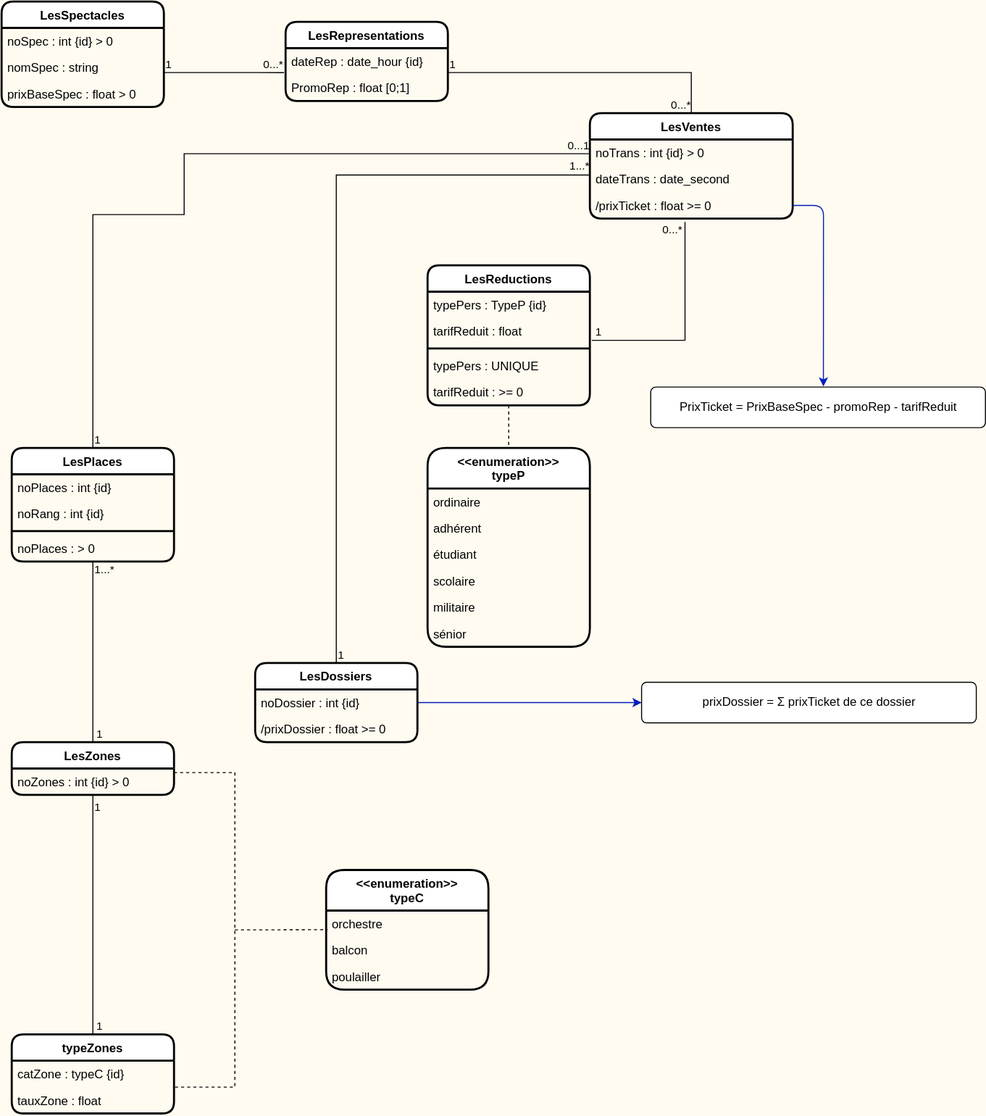
Above: Theatre_UML.drawio.svg in BennyBellier/Theatre-CEDB-Project (draw.io), before the change. Source tidied: cells renumbered, new cells last; positions are measured from the earlier drawing's top-left corner, leaving out a move shared by most shapes.
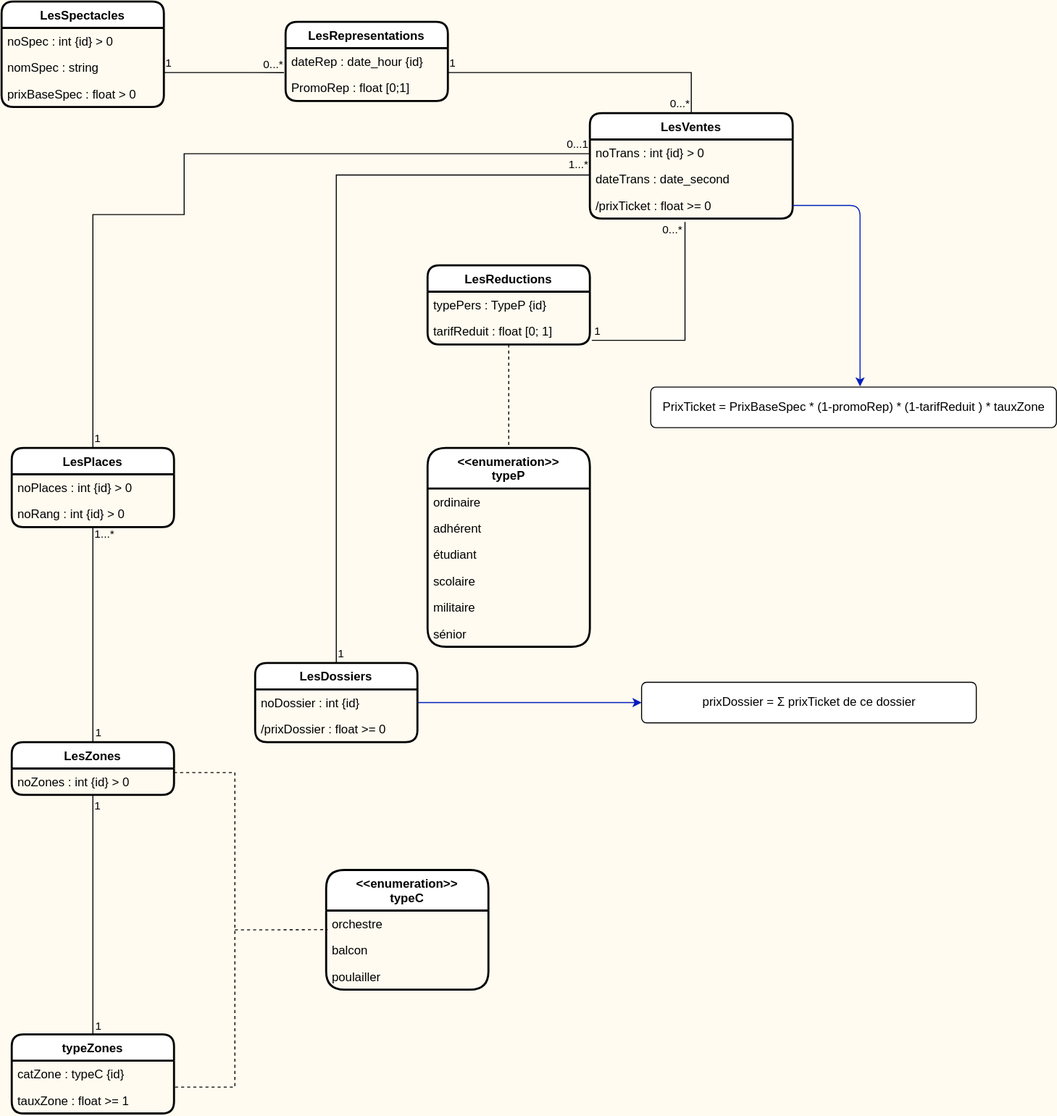
The same diagram one commit later.

Commit message:
Correction coquilles dans représentation UML et update README.md

Diff of the diagram source:
```diff
@@ -66,20 +66,14 @@
       <mxGeometry x="1" relative="1" as="geometry" />
     </mxCell>
     <mxCell id="19" value="LesPlaces" style="swimlane;fontStyle=1;align=center;verticalAlign=top;horizontal=1;startSize=26;rounded=1;shadow=0;glass=0;sketch=0;strokeColor=#000000;strokeWidth=2;" parent="1" vertex="1">
-      <mxGeometry x="10" y="440" width="160" height="112" as="geometry" />
+      <mxGeometry x="10" y="440" width="160" height="78" as="geometry" />
     </mxCell>
-    <mxCell id="20" value="noPlaces : int {id}" style="text;strokeColor=none;fillColor=none;align=left;verticalAlign=top;spacingLeft=4;spacingRight=4;overflow=hidden;rounded=1;shadow=0;glass=0;sketch=0;fontColor=#000000;" parent="19" vertex="1">
+    <mxCell id="20" value="noPlaces : int {id} &gt; 0" style="text;strokeColor=none;fillColor=none;align=left;verticalAlign=top;spacingLeft=4;spacingRight=4;overflow=hidden;rounded=1;shadow=0;glass=0;sketch=0;fontColor=#000000;" parent="19" vertex="1">
       <mxGeometry y="26" width="160" height="26" as="geometry" />
     </mxCell>
-    <mxCell id="21" value="noRang : int {id}" style="text;strokeColor=none;fillColor=none;align=left;verticalAlign=top;spacingLeft=4;spacingRight=4;overflow=hidden;rounded=1;shadow=0;glass=0;sketch=0;fontColor=#000000;" parent="19" vertex="1">
+    <mxCell id="21" value="noRang : int {id} &gt; 0" style="text;strokeColor=none;fillColor=none;align=left;verticalAlign=top;spacingLeft=4;spacingRight=4;overflow=hidden;rounded=1;shadow=0;glass=0;sketch=0;fontColor=#000000;" parent="19" vertex="1">
       <mxGeometry y="52" width="160" height="26" as="geometry" />
     </mxCell>
-    <mxCell id="22" style="line;strokeWidth=2;fillColor=none;align=left;verticalAlign=middle;spacingTop=-1;spacingLeft=3;spacingRight=3;labelPosition=right;rounded=1;shadow=0;glass=0;sketch=0;strokeColor=#000000;" parent="19" vertex="1">
-      <mxGeometry y="78" width="160" height="8" as="geometry" />
-    </mxCell>
-    <mxCell id="23" value="noPlaces : &gt; 0" style="text;strokeColor=none;fillColor=none;align=left;verticalAlign=top;spacingLeft=4;spacingRight=4;overflow=hidden;rounded=1;shadow=0;glass=0;sketch=0;fontColor=#000000;" parent="19" vertex="1">
-      <mxGeometry y="86" width="160" height="26" as="geometry" />
-    </mxCell>
     <mxCell id="24" value="LesZones" style="swimlane;fontStyle=1;align=center;verticalAlign=top;horizontal=1;startSize=26;rounded=1;shadow=0;glass=0;sketch=0;strokeColor=#000000;strokeWidth=2;" parent="1" vertex="1">
       <mxGeometry x="10" y="730" width="160" height="52" as="geometry" />
     </mxCell>
@@ -92,7 +86,7 @@
     <mxCell id="27" value="catZone : typeC {id}" style="text;strokeColor=none;fillColor=none;align=left;verticalAlign=top;spacingLeft=4;spacingRight=4;overflow=hidden;rounded=1;shadow=0;glass=0;sketch=0;fontColor=#000000;" parent="26" vertex="1">
       <mxGeometry y="26" width="160" height="26" as="geometry" />
     </mxCell>
-    <mxCell id="28" value="tauxZone : float" style="text;strokeColor=none;fillColor=none;align=left;verticalAlign=top;spacingLeft=4;spacingRight=4;overflow=hidden;rounded=1;shadow=0;glass=0;sketch=0;fontColor=#000000;" parent="26" vertex="1">
+    <mxCell id="28" value="tauxZone : float &gt;= 1" style="text;strokeColor=none;fillColor=none;align=left;verticalAlign=top;spacingLeft=4;spacingRight=4;overflow=hidden;rounded=1;shadow=0;glass=0;sketch=0;fontColor=#000000;" parent="26" vertex="1">
       <mxGeometry y="52" width="160" height="26" as="geometry" />
     </mxCell>
     <mxCell id="29" style="edgeStyle=orthogonalEdgeStyle;rounded=1;html=1;entryX=0;entryY=0.5;entryDx=0;entryDy=0;endArrow=classic;endFill=1;strokeColor=#001DBC;fillColor=#0050ef;" parent="1" edge="1" source="30" target="70">
@@ -169,23 +163,14 @@
       <mxGeometry relative="1" as="geometry" />
     </mxCell>
     <mxCell id="46" value="LesReductions" style="swimlane;fontStyle=1;align=center;verticalAlign=top;horizontal=1;startSize=26;rounded=1;shadow=0;glass=0;sketch=0;strokeColor=#000000;strokeWidth=2;" parent="1" vertex="1">
-      <mxGeometry x="420" y="260" width="160" height="138" as="geometry" />
+      <mxGeometry x="420" y="260" width="160" height="78" as="geometry" />
     </mxCell>
     <mxCell id="47" value="typePers : TypeP {id}" style="text;strokeColor=none;fillColor=none;align=left;verticalAlign=top;spacingLeft=4;spacingRight=4;overflow=hidden;rounded=1;shadow=0;glass=0;sketch=0;fontColor=#000000;" parent="46" vertex="1">
       <mxGeometry y="26" width="160" height="26" as="geometry" />
     </mxCell>
-    <mxCell id="48" value="tarifReduit : float" style="text;strokeColor=none;fillColor=none;align=left;verticalAlign=top;spacingLeft=4;spacingRight=4;overflow=hidden;points=[[0,0.5],[1,0.5]];portConstraint=eastwest;rounded=1;shadow=0;glass=0;sketch=0;fontColor=#000000;" parent="46" vertex="1">
+    <mxCell id="48" value="tarifReduit : float [0; 1]" style="text;strokeColor=none;fillColor=none;align=left;verticalAlign=top;spacingLeft=4;spacingRight=4;overflow=hidden;points=[[0,0.5],[1,0.5]];portConstraint=eastwest;rounded=1;shadow=0;glass=0;sketch=0;fontColor=#000000;" parent="46" vertex="1">
       <mxGeometry y="52" width="160" height="26" as="geometry" />
     </mxCell>
-    <mxCell id="49" style="line;strokeWidth=2;fillColor=none;align=left;verticalAlign=middle;spacingTop=-1;spacingLeft=3;spacingRight=3;labelPosition=right;rounded=1;shadow=0;glass=0;sketch=0;strokeColor=#000000;" parent="46" vertex="1">
-      <mxGeometry y="78" width="160" height="8" as="geometry" />
-    </mxCell>
-    <mxCell id="50" value="typePers : UNIQUE" style="text;strokeColor=none;fillColor=none;align=left;verticalAlign=top;spacingLeft=4;spacingRight=4;overflow=hidden;rounded=1;shadow=0;glass=0;sketch=0;fontColor=#000000;" parent="46" vertex="1">
-      <mxGeometry y="86" width="160" height="26" as="geometry" />
-    </mxCell>
-    <mxCell id="51" value="tarifReduit : &gt;= 0" style="text;strokeColor=none;fillColor=none;align=left;verticalAlign=top;spacingLeft=4;spacingRight=4;overflow=hidden;rounded=1;shadow=0;glass=0;sketch=0;fontColor=#000000;" parent="46" vertex="1">
-      <mxGeometry y="112" width="160" height="26" as="geometry" />
-    </mxCell>
     <mxCell id="52" style="endArrow=none;html=1;edgeStyle=orthogonalEdgeStyle;rounded=0;strokeColor=#000000;fontColor=#000000;exitX=0.469;exitY=1.124;exitDx=0;exitDy=0;exitPerimeter=0;entryX=1.012;entryY=0.844;entryDx=0;entryDy=0;entryPerimeter=0;" parent="1" edge="1" source="15" target="48">
       <mxGeometry relative="1" as="geometry">
         <Array as="points">
@@ -203,8 +188,8 @@
         <mxPoint x="10" as="offset" />
       </mxGeometry>
     </mxCell>
-    <mxCell id="55" value="PrixTicket = PrixBaseSpec - promoRep - tarifReduit" style="html=1;align=center;verticalAlign=middle;rounded=1;absoluteArcSize=1;arcSize=10;dashed=0;" parent="1" vertex="1">
-      <mxGeometry x="640" y="380" width="330" height="40" as="geometry" />
+    <mxCell id="55" value="PrixTicket = PrixBaseSpec * (1-promoRep) * (1-tarifReduit ) * tauxZone" style="html=1;align=center;verticalAlign=middle;rounded=1;absoluteArcSize=1;arcSize=10;dashed=0;" parent="1" vertex="1">
+      <mxGeometry x="640" y="380" width="400" height="40" as="geometry" />
     </mxCell>
     <mxCell id="56" style="endArrow=classic;html=1;exitX=1;exitY=0.5;exitDx=0;exitDy=0;edgeStyle=orthogonalEdgeStyle;fillColor=#0050ef;strokeColor=#001DBC;rounded=1;entryX=0.516;entryY=-0.014;entryDx=0;entryDy=0;entryPerimeter=0;" parent="1" edge="1" source="15" target="55">
       <mxGeometry relative="1" as="geometry" />
```
